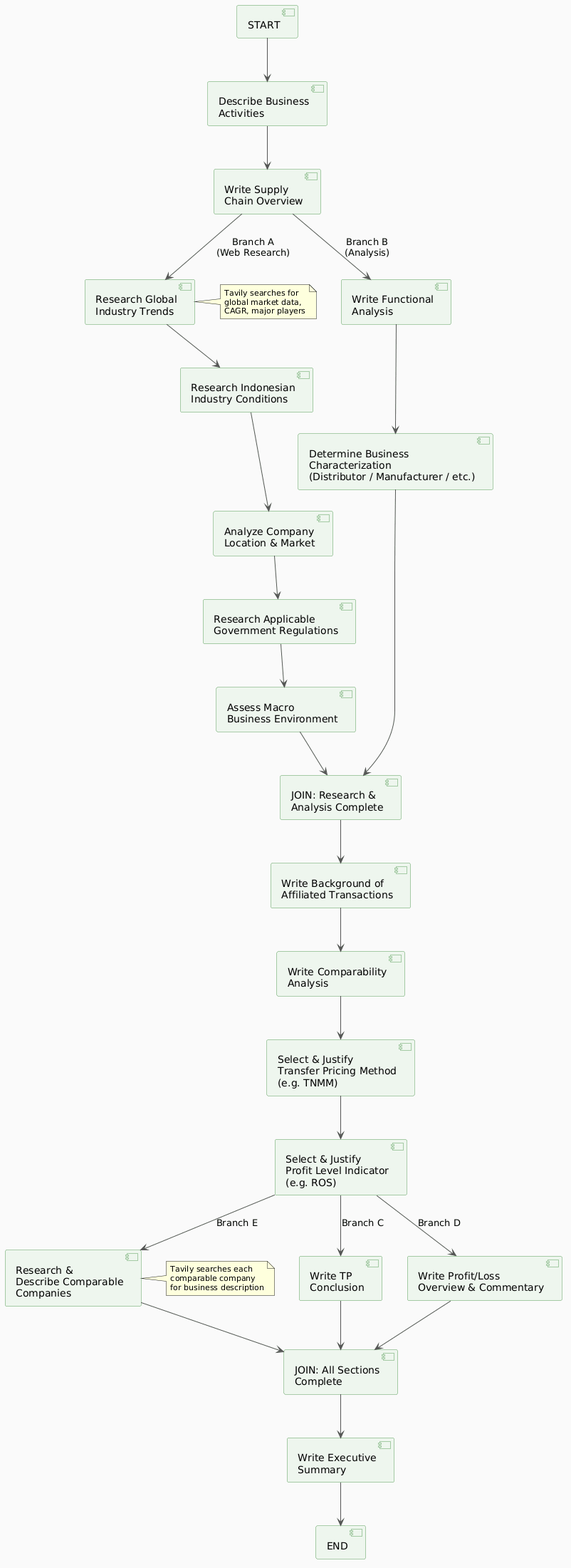
Above: docs/images/TP_AgentPipeline.png in msyafach/tp_doc_ai_agent_revised (PlantUML), before the change.
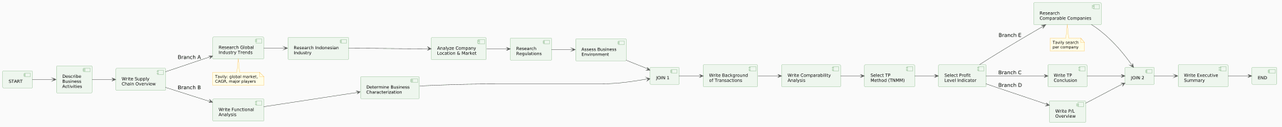
After the change.

Commit message:
refactor(diagrams): restructure pipeline to horizontal layout, add .puml sources

Change to the diagram source:
```diff
@@ -1,51 +1,55 @@
 @startuml
+left to right direction
+scale 1800 width
+
 skinparam backgroundColor #FAFAFA
 skinparam ArrowColor #555555
 skinparam defaultFontName Arial
 skinparam componentBackgroundColor #EEF6EE
 skinparam componentBorderColor #5A9E5A
-skinparam noteFontSize 11
+skinparam componentFontSize 11
+skinparam noteFontSize 10
+skinparam noteBackgroundColor #FFFDE7
+skinparam noteBorderColor #F9A825
 
-[START] --> [Describe Business\nActivities]
-[Describe Business\nActivities] --> [Write Supply\nChain Overview]
+[START] --> [Describe\nBusiness\nActivities]
+[Describe\nBusiness\nActivities] --> [Write Supply\nChain Overview]
 
-[Write Supply\nChain Overview] --> [Research Global\nIndustry Trends] : Branch A\n(Web Research)
-[Write Supply\nChain Overview] --> [Write Functional\nAnalysis] : Branch B\n(Analysis)
+[Write Supply\nChain Overview] --> [Research Global\nIndustry Trends] : Branch A
+[Write Supply\nChain Overview] --> [Write Functional\nAnalysis] : Branch B
 
-note right of [Research Global\nIndustry Trends]
-  Tavily searches for
-  global market data,
+note bottom of [Research Global\nIndustry Trends]
+  Tavily: global market,
   CAGR, major players
 end note
 
-[Research Global\nIndustry Trends] --> [Research Indonesian\nIndustry Conditions]
-[Research Indonesian\nIndustry Conditions] --> [Analyze Company\nLocation & Market]
-[Analyze Company\nLocation & Market] --> [Research Applicable\nGovernment Regulations]
-[Research Applicable\nGovernment Regulations] --> [Assess Macro\nBusiness Environment]
-[Assess Macro\nBusiness Environment] --> [JOIN: Research &\nAnalysis Complete]
+[Research Global\nIndustry Trends] --> [Research Indonesian\nIndustry]
+[Research Indonesian\nIndustry] --> [Analyze Company\nLocation & Market]
+[Analyze Company\nLocation & Market] --> [Research\nRegulations]
+[Research\nRegulations] --> [Assess Business\nEnvironment]
+[Assess Business\nEnvironment] --> [JOIN 1]
 
-[Write Functional\nAnalysis] --> [Determine Business\nCharacterization\n(Distributor / Manufacturer / etc.)]
-[Determine Business\nCharacterization\n(Distributor / Manufacturer / etc.)] --> [JOIN: Research &\nAnalysis Complete]
+[Write Functional\nAnalysis] --> [Determine Business\nCharacterization]
+[Determine Business\nCharacterization] --> [JOIN 1]
 
-[JOIN: Research &\nAnalysis Complete] --> [Write Background of\nAffiliated Transactions]
-[Write Background of\nAffiliated Transactions] --> [Write Comparability\nAnalysis]
-[Write Comparability\nAnalysis] --> [Select & Justify\nTransfer Pricing Method\n(e.g. TNMM)]
-[Select & Justify\nTransfer Pricing Method\n(e.g. TNMM)] --> [Select & Justify\nProfit Level Indicator\n(e.g. ROS)]
+[JOIN 1] --> [Write Background\nof Transactions]
+[Write Background\nof Transactions] --> [Write Comparability\nAnalysis]
+[Write Comparability\nAnalysis] --> [Select TP\nMethod (TNMM)]
+[Select TP\nMethod (TNMM)] --> [Select Profit\nLevel Indicator]
 
-[Select & Justify\nProfit Level Indicator\n(e.g. ROS)] --> [Write TP\nConclusion] : Branch C
-[Select & Justify\nProfit Level Indicator\n(e.g. ROS)] --> [Write Profit/Loss\nOverview & Commentary] : Branch D
-[Select & Justify\nProfit Level Indicator\n(e.g. ROS)] --> [Research &\nDescribe Comparable\nCompanies] : Branch E
+[Select Profit\nLevel Indicator] --> [Write TP\nConclusion] : Branch C
+[Select Profit\nLevel Indicator] --> [Write P/L\nOverview] : Branch D
+[Select Profit\nLevel Indicator] --> [Research\nComparable Companies] : Branch E
 
-note right of [Research &\nDescribe Comparable\nCompanies]
-  Tavily searches each
-  comparable company
-  for business description
+note bottom of [Research\nComparable Companies]
+  Tavily search
+  per company
 end note
 
-[Write TP\nConclusion] --> [JOIN: All Sections\nComplete]
-[Write Profit/Loss\nOverview & Commentary] --> [JOIN: All Sections\nComplete]
-[Research &\nDescribe Comparable\nCompanies] --> [JOIN: All Sections\nComplete]
+[Write TP\nConclusion] --> [JOIN 2]
+[Write P/L\nOverview] --> [JOIN 2]
+[Research\nComparable Companies] --> [JOIN 2]
 
-[JOIN: All Sections\nComplete] --> [Write Executive\nSummary]
+[JOIN 2] --> [Write Executive\nSummary]
 [Write Executive\nSummary] --> [END]
 @enduml
```
